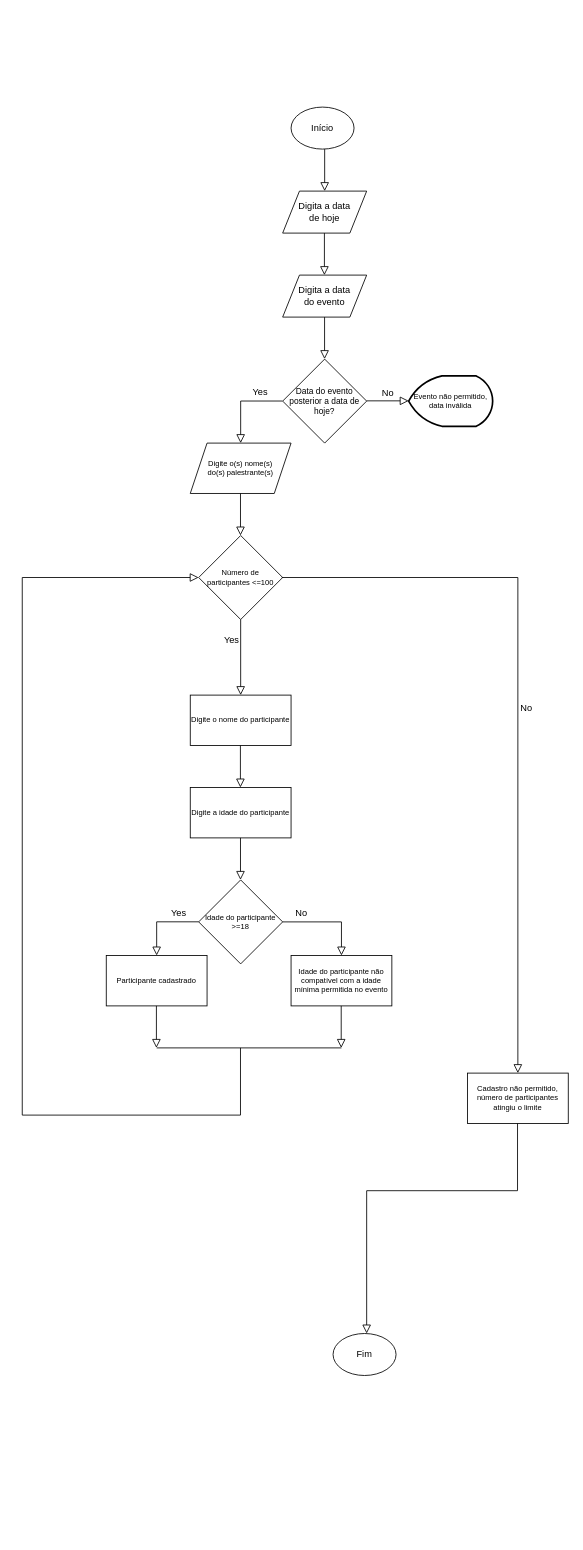
Earlier version of the draw.io diagram Untitled Diagram.drawio (luhan-melo/DIAGRAMS-SITE). Source tidied: cells renumbered, new cells numbered last; positions are measured from the earlier drawing's top-left corner, leaving out a move shared by most shapes. Both pictures are drawn from the tidied source at 84%, with x=0, y=0 at pixel (22, 107).
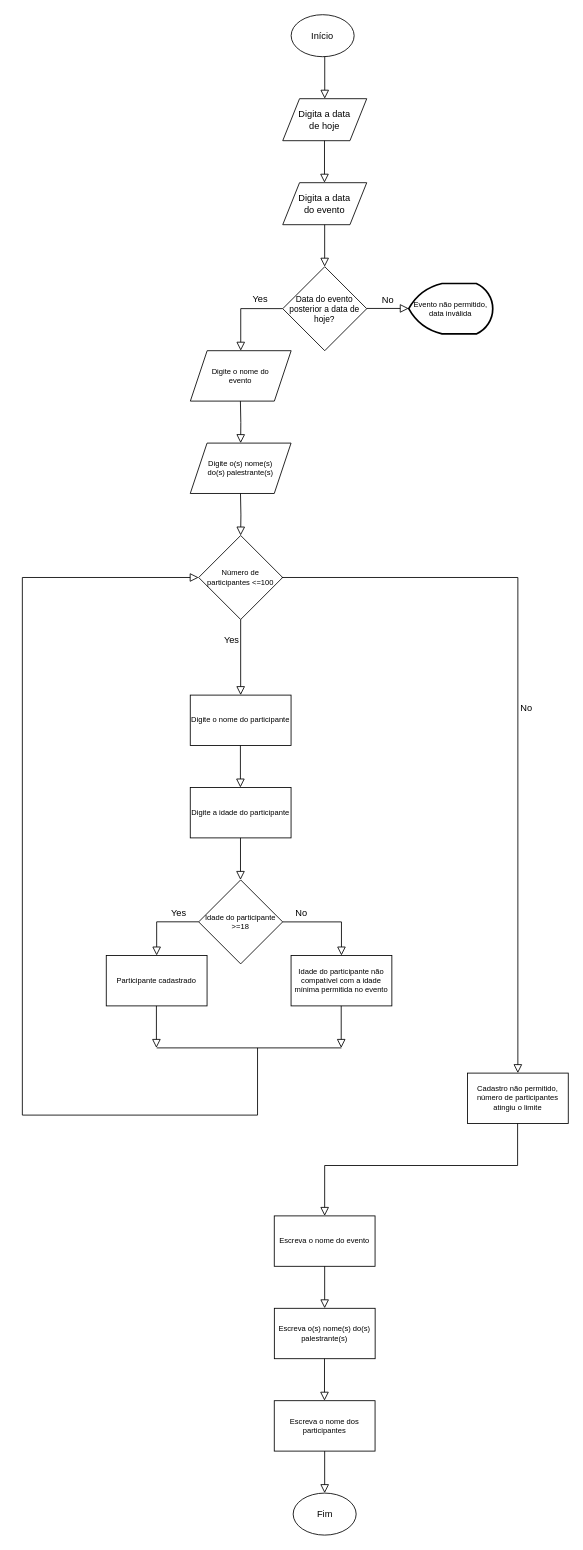
The same diagram, later.

Unchanged cells that the change refers to:
```xml
<mxCell id="12" value="Número de participantes &amp;lt;=100" style="rhombus;whiteSpace=wrap;html=1;fontSize=9;" parent="1" vertex="1">
  <mxGeometry x="210" y="510" width="100" height="100" as="geometry" />
</mxCell>
<mxCell id="15" value="Digite o(s) nome(s) &lt;br&gt;do(s) palestrante(s)" style="shape=parallelogram;perimeter=parallelogramPerimeter;whiteSpace=wrap;html=1;fixedSize=1;fontSize=9;" parent="1" vertex="1">
  <mxGeometry x="200" y="400" width="120" height="60" as="geometry" />
</mxCell>
```

What changed in the source:
```diff
@@
     <mxCell id="2" value="Início" style="ellipse;whiteSpace=wrap;html=1;fontSize=11;" parent="1" vertex="1">
-      <mxGeometry x="320" width="75" height="50" as="geometry" />
+      <mxGeometry x="320.1" y="-110" width="75" height="50" as="geometry" />
     </mxCell>
     <mxCell id="3" style="rounded=0;html=1;jettySize=auto;orthogonalLoop=1;fontSize=11;endArrow=block;endFill=0;endSize=8;strokeWidth=1;shadow=0;labelBackgroundColor=none;edgeStyle=orthogonalEdgeStyle;" parent="1" edge="1">
       <mxGeometry relative="1" as="geometry">
-        <mxPoint x="360" y="50" as="sourcePoint" />
-        <mxPoint x="360" y="100" as="targetPoint" />
+        <mxPoint x="360.1" y="-60" as="sourcePoint" />
+        <mxPoint x="360.1" y="-10" as="targetPoint" />
       </mxGeometry>
     </mxCell>
     <mxCell id="4" value="Digita a data &lt;br style=&quot;font-size: 11px;&quot;&gt;de hoje" style="shape=parallelogram;perimeter=parallelogramPerimeter;whiteSpace=wrap;html=1;fixedSize=1;fontSize=11;" parent="1" vertex="1">
-      <mxGeometry x="310" y="100" width="100" height="50" as="geometry" />
+      <mxGeometry x="310.1" y="-10" width="100" height="50" as="geometry" />
     </mxCell>
     <mxCell id="5" style="rounded=0;html=1;jettySize=auto;orthogonalLoop=1;fontSize=11;endArrow=block;endFill=0;endSize=8;strokeWidth=1;shadow=0;labelBackgroundColor=none;edgeStyle=orthogonalEdgeStyle;" parent="1" edge="1">
       <mxGeometry relative="1" as="geometry">
-        <mxPoint x="359.7" y="150" as="sourcePoint" />
-        <mxPoint x="359.7" y="200" as="targetPoint" />
+        <mxPoint x="359.8" y="40" as="sourcePoint" />
+        <mxPoint x="359.8" y="90" as="targetPoint" />
       </mxGeometry>
     </mxCell>
     <mxCell id="6" value="Digita a data &lt;br style=&quot;font-size: 11px&quot;&gt;do evento" style="shape=parallelogram;perimeter=parallelogramPerimeter;whiteSpace=wrap;html=1;fixedSize=1;fontSize=11;" parent="1" vertex="1">
-      <mxGeometry x="310" y="200" width="100" height="50" as="geometry" />
+      <mxGeometry x="310.1" y="90" width="100" height="50" as="geometry" />
     </mxCell>
     <mxCell id="7" style="rounded=0;html=1;jettySize=auto;orthogonalLoop=1;fontSize=11;endArrow=block;endFill=0;endSize=8;strokeWidth=1;shadow=0;labelBackgroundColor=none;edgeStyle=orthogonalEdgeStyle;" parent="1" edge="1">
       <mxGeometry relative="1" as="geometry">
-        <mxPoint x="359.9" y="250" as="sourcePoint" />
-        <mxPoint x="359.9" y="300" as="targetPoint" />
+        <mxPoint x="360" y="140" as="sourcePoint" />
+        <mxPoint x="360" y="190" as="targetPoint" />
       </mxGeometry>
     </mxCell>
     <mxCell id="8" value="Data do evento posterior a data de hoje?" style="rhombus;whiteSpace=wrap;html=1;fontSize=10;" parent="1" vertex="1">
-      <mxGeometry x="310" y="300" width="100" height="100" as="geometry" />
+      <mxGeometry x="310.1" y="190" width="100" height="100" as="geometry" />
     </mxCell>
     <mxCell id="9" value="No" style="edgeStyle=orthogonalEdgeStyle;rounded=0;html=1;jettySize=auto;orthogonalLoop=1;fontSize=11;endArrow=block;endFill=0;endSize=8;strokeWidth=1;shadow=0;labelBackgroundColor=none;" parent="1" edge="1">
       <mxGeometry y="10" relative="1" as="geometry">
-        <mxPoint x="410" y="349.7" as="sourcePoint" />
-        <mxPoint x="460" y="349.7" as="targetPoint" />
+        <mxPoint x="410.1" y="239.7" as="sourcePoint" />
+        <mxPoint x="460.1" y="239.7" as="targetPoint" />
       </mxGeometry>
     </mxCell>
     <mxCell id="10" value="Yes" style="rounded=0;html=1;jettySize=auto;orthogonalLoop=1;fontSize=11;endArrow=block;endFill=0;endSize=8;strokeWidth=1;shadow=0;labelBackgroundColor=none;edgeStyle=orthogonalEdgeStyle;exitX=-0.042;exitY=0.509;exitDx=0;exitDy=0;exitPerimeter=0;" parent="1" edge="1">
       <mxGeometry x="-0.46" y="-11" relative="1" as="geometry">
-        <mxPoint x="309.8" y="349.9" as="sourcePoint" />
-        <mxPoint x="260" y="400" as="targetPoint" />
+        <mxPoint x="309.9" y="239.9" as="sourcePoint" />
+        <mxPoint x="260.1" y="290" as="targetPoint" />
         <Array as="points">
-          <mxPoint x="260" y="350" />
-          <mxPoint x="260" y="400" />
+          <mxPoint x="260.1" y="240" />
+          <mxPoint x="260.1" y="290" />
         </Array>
       </mxGeometry>
     </mxCell>
     <mxCell id="11" value="Evento não permitido, data inválida" style="strokeWidth=2;html=1;shape=mxgraph.flowchart.display;whiteSpace=wrap;fontSize=9;" parent="1" vertex="1">
-      <mxGeometry x="460" y="320" width="100" height="60" as="geometry" />
+      <mxGeometry x="460.1" y="210" width="100" height="60" as="geometry" />
     </mxCell>
@@
-    <mxCell id="16" style="rounded=0;html=1;jettySize=auto;orthogonalLoop=1;fontSize=11;endArrow=block;endFill=0;endSize=8;strokeWidth=1;shadow=0;labelBackgroundColor=none;edgeStyle=orthogonalEdgeStyle;" parent="1" edge="1">
+    <mxCell id="16" style="rounded=0;html=1;jettySize=auto;fontSize=11;endArrow=block;endFill=0;endSize=8;strokeWidth=1;shadow=0;labelBackgroundColor=none;edgeStyle=orthogonalEdgeStyle;entryX=0.5;entryY=0;entryDx=0;entryDy=0;" parent="1" edge="1" target="12">
       <mxGeometry relative="1" as="geometry">
         <mxPoint x="259.8" y="460" as="sourcePoint" />
-        <mxPoint x="259.8" y="510" as="targetPoint" />
       </mxGeometry>
     </mxCell>
@@
     <mxCell id="30" style="rounded=0;html=1;jettySize=auto;fontSize=11;endArrow=block;endFill=0;endSize=8;strokeWidth=1;shadow=0;labelBackgroundColor=none;edgeStyle=orthogonalEdgeStyle;entryX=0;entryY=0.5;entryDx=0;entryDy=0;" parent="1" edge="1" target="12">
       <mxGeometry relative="1" as="geometry">
-        <mxPoint x="259.8" y="1120" as="sourcePoint" />
+        <mxPoint x="280.1" y="1120" as="sourcePoint" />
         <Array as="points">
-          <mxPoint x="260" y="1200" />
-          <mxPoint y="1200" />
-          <mxPoint y="560" />
+          <mxPoint x="280.1" y="1120" />
+          <mxPoint x="280.1" y="1200" />
+          <mxPoint x="0.1" y="1200" />
+          <mxPoint x="0.1" y="560" />
         </Array>
       </mxGeometry>
     </mxCell>
-    <mxCell id="31" style="rounded=0;html=1;jettySize=auto;orthogonalLoop=1;fontSize=11;endArrow=block;endFill=0;endSize=8;strokeWidth=1;shadow=0;labelBackgroundColor=none;edgeStyle=orthogonalEdgeStyle;" parent="1" edge="1">
-      <mxGeometry relative="1" as="geometry">
-        <mxPoint x="589.6" y="1210" as="sourcePoint" />
-        <mxPoint x="410" y="1460" as="targetPoint" />
-        <Array as="points">
-          <mxPoint x="590" y="1290" />
-          <mxPoint x="410" y="1290" />
-        </Array>
-      </mxGeometry>
-    </mxCell>
     <mxCell id="32" value="Fim" style="ellipse;whiteSpace=wrap;html=1;fontSize=11;" parent="1" vertex="1">
-      <mxGeometry x="370" y="1460" width="75" height="50" as="geometry" />
+      <mxGeometry x="322.5" y="1650" width="75" height="50" as="geometry" />
     </mxCell>
+    <mxCell id="33" style="rounded=0;html=1;jettySize=auto;orthogonalLoop=1;fontSize=11;endArrow=block;endFill=0;endSize=8;strokeWidth=1;shadow=0;labelBackgroundColor=none;edgeStyle=orthogonalEdgeStyle;" parent="1" edge="1">
+      <mxGeometry relative="1" as="geometry">
+        <mxPoint x="589.7" y="1210" as="sourcePoint" />
+        <mxPoint x="360" y="1320" as="targetPoint" />
+        <Array as="points">
+          <mxPoint x="590" y="1260" />
+          <mxPoint x="360" y="1260" />
+        </Array>
+      </mxGeometry>
+    </mxCell>
+    <mxCell id="34" value="Escreva o nome do evento" style="rounded=0;whiteSpace=wrap;html=1;fontSize=9;" parent="1" vertex="1">
+      <mxGeometry x="300" y="1320" width="120" height="60" as="geometry" />
+    </mxCell>
+    <mxCell id="35" value="Digite o nome do &lt;br&gt;evento" style="shape=parallelogram;perimeter=parallelogramPerimeter;whiteSpace=wrap;html=1;fixedSize=1;fontSize=9;" parent="1" vertex="1">
+      <mxGeometry x="200.1" y="290" width="120" height="60" as="geometry" />
+    </mxCell>
+    <mxCell id="36" style="rounded=0;html=1;jettySize=auto;fontSize=11;endArrow=block;endFill=0;endSize=8;strokeWidth=1;shadow=0;labelBackgroundColor=none;edgeStyle=orthogonalEdgeStyle;entryX=0.5;entryY=0;entryDx=0;entryDy=0;" parent="1" edge="1" target="15">
+      <mxGeometry relative="1" as="geometry">
+        <mxPoint x="259.7" y="350" as="sourcePoint" />
+      </mxGeometry>
+    </mxCell>
+    <mxCell id="37" style="rounded=0;html=1;jettySize=auto;orthogonalLoop=1;fontSize=11;endArrow=block;endFill=0;endSize=8;strokeWidth=1;shadow=0;labelBackgroundColor=none;edgeStyle=orthogonalEdgeStyle;" parent="1" edge="1">
+      <mxGeometry relative="1" as="geometry">
+        <mxPoint x="360" y="1380" as="sourcePoint" />
+        <mxPoint x="360" y="1430" as="targetPoint" />
+      </mxGeometry>
+    </mxCell>
+    <mxCell id="38" value="Escreva o(s) nome(s) do(s) palestrante(s)" style="rounded=0;whiteSpace=wrap;html=1;fontSize=9;" parent="1" vertex="1">
+      <mxGeometry x="300.1" y="1430" width="120" height="60" as="geometry" />
+    </mxCell>
+    <mxCell id="39" style="rounded=0;html=1;jettySize=auto;orthogonalLoop=1;fontSize=11;endArrow=block;endFill=0;endSize=8;strokeWidth=1;shadow=0;labelBackgroundColor=none;edgeStyle=orthogonalEdgeStyle;" parent="1" edge="1">
+      <mxGeometry relative="1" as="geometry">
+        <mxPoint x="359.8" y="1490" as="sourcePoint" />
+        <mxPoint x="359.8" y="1540" as="targetPoint" />
+      </mxGeometry>
+    </mxCell>
+    <mxCell id="40" value="Escreva o nome dos participantes" style="rounded=0;whiteSpace=wrap;html=1;fontSize=9;" parent="1" vertex="1">
+      <mxGeometry x="300" y="1540" width="120" height="60" as="geometry" />
+    </mxCell>
+    <mxCell id="41" style="rounded=0;html=1;jettySize=auto;orthogonalLoop=1;fontSize=11;endArrow=block;endFill=0;endSize=8;strokeWidth=1;shadow=0;labelBackgroundColor=none;edgeStyle=orthogonalEdgeStyle;" parent="1" edge="1">
+      <mxGeometry relative="1" as="geometry">
+        <mxPoint x="360" y="1600" as="sourcePoint" />
+        <mxPoint x="360" y="1650" as="targetPoint" />
+      </mxGeometry>
+    </mxCell>
```
